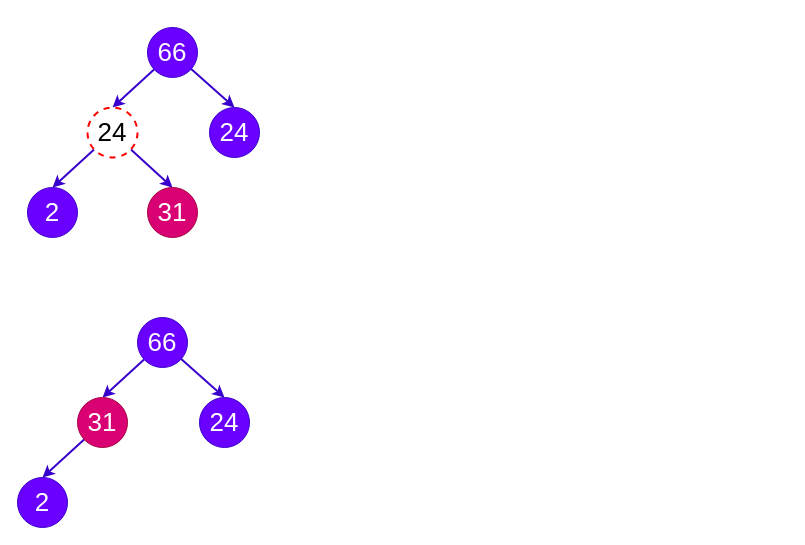
auula/draw.io keeps this draw.io diagram as bst-delete.drawio. Above is the earlier version. Source tidied: cells renumbered, new cells numbered last; positions are measured from the earlier drawing's top-left corner, leaving out a move shared by most shapes. Both pictures are drawn from the tidied source at 100%, with x=0, y=0 at pixel (17, 27).
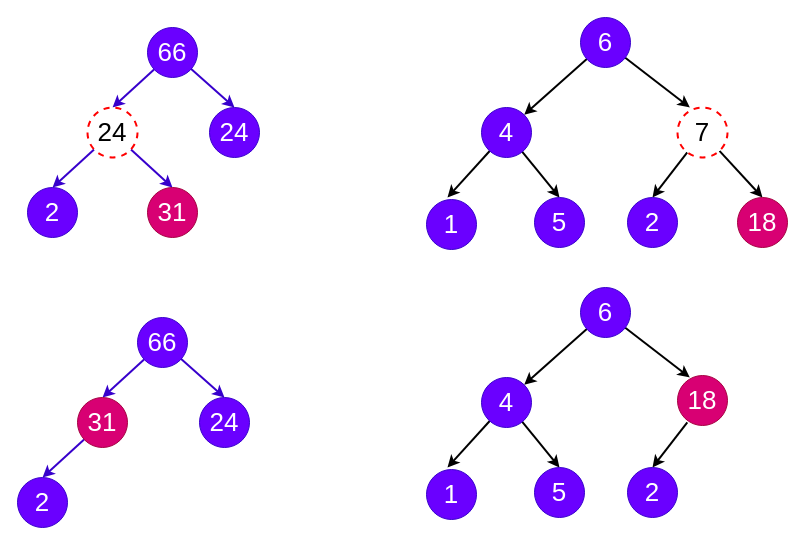
The same diagram, later.

Change to the diagram source:
```diff
@@
+    <mxCell id="18" style="edgeStyle=none;rounded=0;jettySize=auto;html=1;entryX=1;entryY=0;entryDx=0;entryDy=0;fontSize=26;strokeWidth=2;" parent="1" edge="1" source="20" target="23">
+      <mxGeometry relative="1" as="geometry" />
+    </mxCell>
+    <mxCell id="19" style="edgeStyle=none;rounded=0;jettySize=auto;html=1;fontSize=26;strokeWidth=2;entryX=0.247;entryY=0;entryDx=0;entryDy=0;entryPerimeter=0;" parent="1" edge="1" source="20" target="26">
+      <mxGeometry relative="1" as="geometry" />
+    </mxCell>
+    <mxCell id="20" value="&lt;span style=&quot;font-size: 26px;&quot;&gt;6&lt;/span&gt;" style="ellipse;whiteSpace=wrap;html=1;fillColor=#6a00ff;fontColor=#ffffff;strokeColor=#3700CC;" parent="1" vertex="1">
+      <mxGeometry x="563" y="-10" width="50" height="50" as="geometry" />
+    </mxCell>
+    <mxCell id="21" style="edgeStyle=none;rounded=0;jettySize=auto;html=1;fontSize=26;strokeWidth=2;" parent="1" edge="1" source="23">
+      <mxGeometry relative="1" as="geometry">
+        <mxPoint x="430" y="170" as="targetPoint" />
+      </mxGeometry>
+    </mxCell>
+    <mxCell id="22" style="edgeStyle=none;rounded=0;jettySize=auto;html=1;entryX=0.5;entryY=0;entryDx=0;entryDy=0;fontSize=26;strokeWidth=2;" parent="1" edge="1" source="23" target="28">
+      <mxGeometry relative="1" as="geometry" />
+    </mxCell>
+    <mxCell id="23" value="&lt;span style=&quot;font-size: 26px;&quot;&gt;4&lt;/span&gt;" style="ellipse;whiteSpace=wrap;html=1;fillColor=#6a00ff;fontColor=#ffffff;strokeColor=#3700CC;" parent="1" vertex="1">
+      <mxGeometry x="464" y="80" width="50" height="50" as="geometry" />
+    </mxCell>
+    <mxCell id="24" style="edgeStyle=none;rounded=0;jettySize=auto;html=1;entryX=0.5;entryY=0;entryDx=0;entryDy=0;fontSize=26;strokeWidth=2;" parent="1" edge="1" source="26" target="29">
+      <mxGeometry relative="1" as="geometry" />
+    </mxCell>
+    <mxCell id="25" style="edgeStyle=none;rounded=0;jettySize=auto;html=1;entryX=0.5;entryY=0;entryDx=0;entryDy=0;fontSize=26;strokeWidth=2;" parent="1" edge="1" source="26" target="30">
+      <mxGeometry relative="1" as="geometry" />
+    </mxCell>
+    <mxCell id="26" value="&lt;span style=&quot;font-size: 26px;&quot;&gt;7&lt;/span&gt;" style="ellipse;whiteSpace=wrap;html=1;strokeWidth=2;strokeColor=#FF0000;dashed=1;" parent="1" vertex="1">
+      <mxGeometry x="660" y="80" width="50" height="50" as="geometry" />
+    </mxCell>
+    <mxCell id="27" value="&lt;span style=&quot;font-size: 26px;&quot;&gt;1&lt;/span&gt;" style="ellipse;whiteSpace=wrap;html=1;fillColor=#6a00ff;fontColor=#ffffff;strokeColor=#3700CC;" parent="1" vertex="1">
+      <mxGeometry x="409" y="172" width="50" height="50" as="geometry" />
+    </mxCell>
+    <mxCell id="28" value="&lt;span style=&quot;font-size: 26px;&quot;&gt;5&lt;/span&gt;" style="ellipse;whiteSpace=wrap;html=1;fillColor=#6a00ff;fontColor=#ffffff;strokeColor=#3700CC;" parent="1" vertex="1">
+      <mxGeometry x="517" y="170" width="50" height="50" as="geometry" />
+    </mxCell>
+    <mxCell id="29" value="&lt;span style=&quot;font-size: 26px;&quot;&gt;2&lt;/span&gt;" style="ellipse;whiteSpace=wrap;html=1;fillColor=#6a00ff;fontColor=#ffffff;strokeColor=#3700CC;" parent="1" vertex="1">
+      <mxGeometry x="610" y="170" width="50" height="50" as="geometry" />
+    </mxCell>
+    <mxCell id="30" value="&lt;span style=&quot;font-size: 26px;&quot;&gt;18&lt;/span&gt;" style="ellipse;whiteSpace=wrap;html=1;fillColor=#d80073;fontColor=#ffffff;strokeColor=#A50040;" parent="1" vertex="1">
+      <mxGeometry x="720" y="170" width="50" height="50" as="geometry" />
+    </mxCell>
+    <mxCell id="31" style="edgeStyle=none;rounded=0;jettySize=auto;html=1;entryX=1;entryY=0;entryDx=0;entryDy=0;fontSize=26;strokeWidth=2;" parent="1" edge="1" source="33" target="36">
+      <mxGeometry relative="1" as="geometry" />
+    </mxCell>
+    <mxCell id="32" style="edgeStyle=none;rounded=0;jettySize=auto;html=1;fontSize=26;strokeWidth=2;entryX=0.247;entryY=0;entryDx=0;entryDy=0;entryPerimeter=0;" parent="1" edge="1" source="33">
+      <mxGeometry relative="1" as="geometry">
+        <mxPoint x="672.3" y="350" as="targetPoint" />
+      </mxGeometry>
+    </mxCell>
+    <mxCell id="33" value="&lt;span style=&quot;font-size: 26px;&quot;&gt;6&lt;/span&gt;" style="ellipse;whiteSpace=wrap;html=1;fillColor=#6a00ff;fontColor=#ffffff;strokeColor=#3700CC;" parent="1" vertex="1">
+      <mxGeometry x="563" y="260" width="50" height="50" as="geometry" />
+    </mxCell>
+    <mxCell id="34" style="edgeStyle=none;rounded=0;jettySize=auto;html=1;fontSize=26;strokeWidth=2;" parent="1" edge="1" source="36">
+      <mxGeometry relative="1" as="geometry">
+        <mxPoint x="430" y="440" as="targetPoint" />
+      </mxGeometry>
+    </mxCell>
+    <mxCell id="35" style="edgeStyle=none;rounded=0;jettySize=auto;html=1;entryX=0.5;entryY=0;entryDx=0;entryDy=0;fontSize=26;strokeWidth=2;" parent="1" edge="1" source="36" target="39">
+      <mxGeometry relative="1" as="geometry" />
+    </mxCell>
+    <mxCell id="36" value="&lt;span style=&quot;font-size: 26px;&quot;&gt;4&lt;/span&gt;" style="ellipse;whiteSpace=wrap;html=1;fillColor=#6a00ff;fontColor=#ffffff;strokeColor=#3700CC;" parent="1" vertex="1">
+      <mxGeometry x="464" y="350" width="50" height="50" as="geometry" />
+    </mxCell>
+    <mxCell id="37" style="edgeStyle=none;rounded=0;jettySize=auto;html=1;entryX=0.5;entryY=0;entryDx=0;entryDy=0;fontSize=26;strokeWidth=2;" parent="1" edge="1" target="40">
+      <mxGeometry relative="1" as="geometry">
+        <mxPoint x="669.8" y="394.8" as="sourcePoint" />
+      </mxGeometry>
+    </mxCell>
+    <mxCell id="38" value="&lt;span style=&quot;font-size: 26px;&quot;&gt;1&lt;/span&gt;" style="ellipse;whiteSpace=wrap;html=1;fillColor=#6a00ff;fontColor=#ffffff;strokeColor=#3700CC;" parent="1" vertex="1">
+      <mxGeometry x="409" y="442" width="50" height="50" as="geometry" />
+    </mxCell>
+    <mxCell id="39" value="&lt;span style=&quot;font-size: 26px;&quot;&gt;5&lt;/span&gt;" style="ellipse;whiteSpace=wrap;html=1;fillColor=#6a00ff;fontColor=#ffffff;strokeColor=#3700CC;" parent="1" vertex="1">
+      <mxGeometry x="517" y="440" width="50" height="50" as="geometry" />
+    </mxCell>
+    <mxCell id="40" value="&lt;span style=&quot;font-size: 26px;&quot;&gt;2&lt;/span&gt;" style="ellipse;whiteSpace=wrap;html=1;fillColor=#6a00ff;fontColor=#ffffff;strokeColor=#3700CC;" parent="1" vertex="1">
+      <mxGeometry x="610" y="440" width="50" height="50" as="geometry" />
+    </mxCell>
+    <mxCell id="41" value="&lt;span style=&quot;font-size: 26px;&quot;&gt;18&lt;/span&gt;" style="ellipse;whiteSpace=wrap;html=1;fillColor=#d80073;fontColor=#ffffff;strokeColor=#A50040;" parent="1" vertex="1">
+      <mxGeometry x="660" y="348" width="50" height="50" as="geometry" />
+    </mxCell>
```
